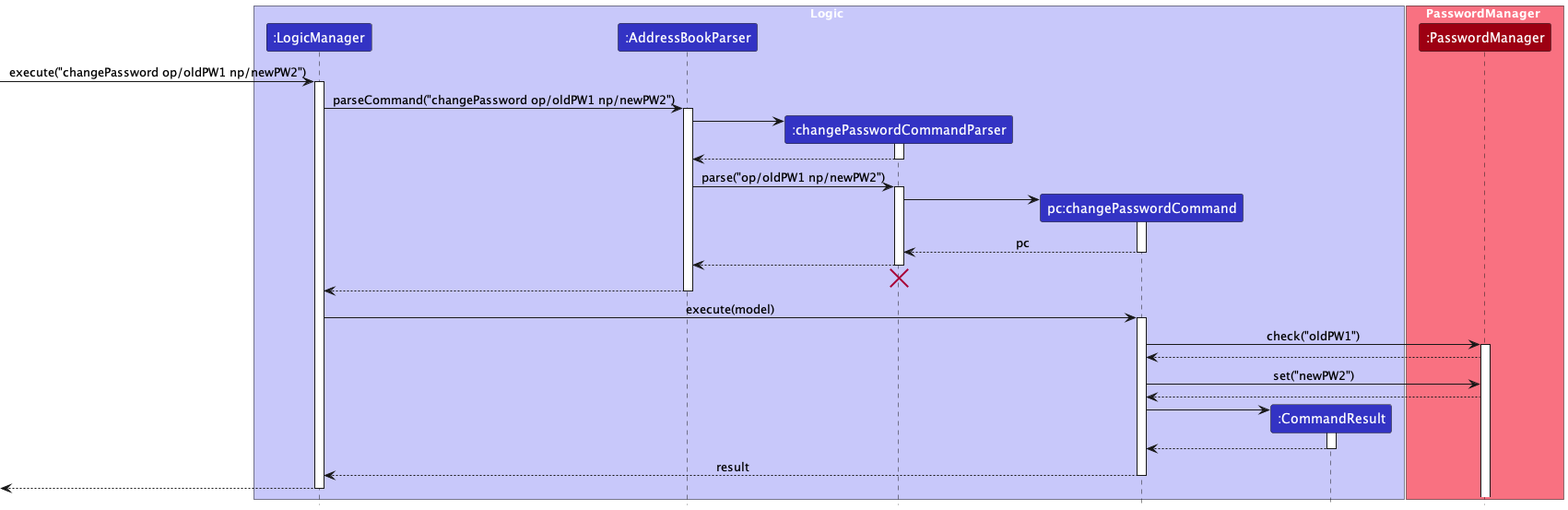
The PlantUML diagram docs/diagrams/ChangePasswordSequenceDiagram.png in zhanyang01/tp, before a commit.
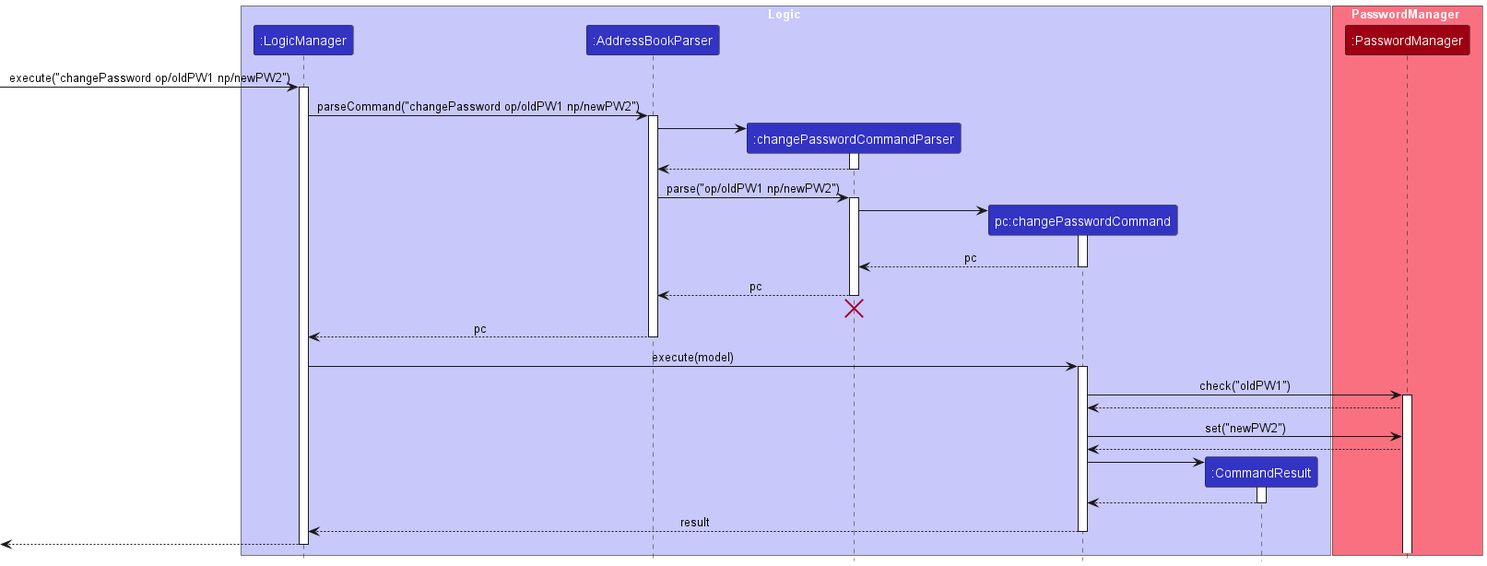
The same diagram one commit later.

What changed in the source:
```diff
@@ -37,12 +37,12 @@
 changePasswordCommand --> changePasswordCommandParser : pc
 deactivate changePasswordCommand
 
-changePasswordCommandParser --> AddressBookParser
+changePasswordCommandParser --> AddressBookParser : pc
 deactivate changePasswordCommandParser
 changePasswordCommandParser -[hidden]-> AddressBookParser
 destroy changePasswordCommandParser
 
-AddressBookParser --> LogicManager
+AddressBookParser --> LogicManager : pc
 deactivate AddressBookParser
 
 LogicManager -> changePasswordCommand : execute(model)
```
